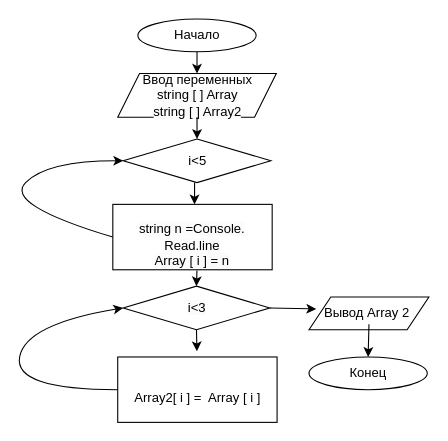
Before: Block_Scheme.drawio in Katrine-GitH/FinalBaseProject, a draw.io diagram. Source tidied: cells renumbered, new cells numbered last; positions are measured from the earlier drawing's top-left corner, leaving out a move shared by most shapes. Both pictures are drawn from the tidied source at 109%, with x=0, y=0 at pixel (3, 19).
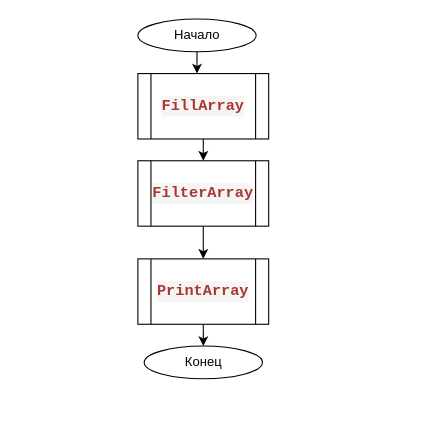
Above is the later version.

The change refers to these unchanged cells:
```xml
<mxCell id="2" value="Начало" style="ellipse;whiteSpace=wrap;html=1;strokeWidth=1;perimeterSpacing=0;" parent="1" vertex="1">
  <mxGeometry x="123" width="108.5" height="30" as="geometry" />
</mxCell>
```

Change to the diagram source:
```diff
@@
-    <mxCell id="3" value="i&amp;lt;5" style="rhombus;whiteSpace=wrap;html=1;" parent="1" vertex="1">
-      <mxGeometry x="109.5" y="110" width="135.5" height="40" as="geometry" />
-    </mxCell>
-    <mxCell id="4" style="curved=1;endArrow=classic;html=1;exitX=0;exitY=0.5;exitDx=0;exitDy=0;entryX=0;entryY=0.5;entryDx=0;entryDy=0;" parent="1" edge="1" source="10" target="3">
-      <mxGeometry relative="1" as="geometry">
-        <Array as="points">
-          <mxPoint y="170" />
-          <mxPoint x="40" y="130" />
-        </Array>
-      </mxGeometry>
-    </mxCell>
-    <mxCell id="5" value="&lt;span style=&quot;color: rgb(0, 0, 0); font-family: Helvetica; font-size: 12px; font-style: normal; font-variant-ligatures: normal; font-variant-caps: normal; font-weight: 400; letter-spacing: normal; orphans: 2; text-align: center; text-indent: 0px; text-transform: none; widows: 2; word-spacing: 0px; -webkit-text-stroke-width: 0px; background-color: rgb(251, 251, 251); text-decoration-thickness: initial; text-decoration-style: initial; text-decoration-color: initial; float: none; display: inline !important;&quot;&gt;i&amp;lt;3&lt;/span&gt;" style="rhombus;whiteSpace=wrap;html=1;strokeWidth=1;" parent="1" vertex="1">
-      <mxGeometry x="109.5" y="245" width="134.5" height="40" as="geometry" />
-    </mxCell>
-    <mxCell id="6" style="curved=1;endArrow=classic;html=1;exitX=0;exitY=0.5;exitDx=0;exitDy=0;entryX=0;entryY=0.5;entryDx=0;entryDy=0;" parent="1" edge="1" source="11" target="5">
-      <mxGeometry relative="1" as="geometry">
-        <Array as="points">
-          <mxPoint x="9" y="340" />
-          <mxPoint x="20" y="280" />
-        </Array>
-      </mxGeometry>
-    </mxCell>
-    <mxCell id="7" value="Ввод переменных&lt;br&gt;&lt;span style=&quot;color: rgb(0, 0, 0); font-family: Helvetica; font-size: 12px; font-style: normal; font-variant-ligatures: normal; font-variant-caps: normal; font-weight: 400; letter-spacing: normal; orphans: 2; text-align: center; text-indent: 0px; text-transform: none; widows: 2; word-spacing: 0px; -webkit-text-stroke-width: 0px; background-color: rgb(251, 251, 251); text-decoration-thickness: initial; text-decoration-style: initial; text-decoration-color: initial; float: none; display: inline !important;&quot;&gt;string [ ] Array&lt;/span&gt;&lt;br style=&quot;border-color: var(--border-color); color: rgb(0, 0, 0); font-family: Helvetica; font-size: 12px; font-style: normal; font-variant-ligatures: normal; font-variant-caps: normal; font-weight: 400; letter-spacing: normal; orphans: 2; text-align: center; text-indent: 0px; text-transform: none; widows: 2; word-spacing: 0px; -webkit-text-stroke-width: 0px; background-color: rgb(251, 251, 251); text-decoration-thickness: initial; text-decoration-style: initial; text-decoration-color: initial;&quot;&gt;&lt;span style=&quot;color: rgb(0, 0, 0); font-family: Helvetica; font-size: 12px; font-style: normal; font-variant-ligatures: normal; font-variant-caps: normal; font-weight: 400; letter-spacing: normal; orphans: 2; text-align: center; text-indent: 0px; text-transform: none; widows: 2; word-spacing: 0px; -webkit-text-stroke-width: 0px; background-color: rgb(251, 251, 251); text-decoration-thickness: initial; text-decoration-style: initial; text-decoration-color: initial; float: none; display: inline !important;&quot;&gt;string [ ] Array2&lt;/span&gt;" style="shape=parallelogram;perimeter=parallelogramPerimeter;whiteSpace=wrap;html=1;fixedSize=1;strokeWidth=1;" parent="1" vertex="1">
-      <mxGeometry x="104.5" y="50" width="145.5" height="40" as="geometry" />
-    </mxCell>
-    <mxCell id="8" value="Конец" style="ellipse;whiteSpace=wrap;html=1;strokeWidth=1;perimeterSpacing=0;" parent="1" vertex="1">
-      <mxGeometry x="280" y="310" width="108.5" height="30" as="geometry" />
+    <mxCell id="8" value="Конец" style="ellipse;whiteSpace=wrap;html=1;strokeWidth=1;perimeterSpacing=0;rotation=0;" parent="1" vertex="1">
+      <mxGeometry x="128.8" y="300" width="108.5" height="30" as="geometry" />
     </mxCell>
-    <mxCell id="9" value="Вывод Array 2&amp;nbsp;" style="shape=parallelogram;perimeter=parallelogramPerimeter;whiteSpace=wrap;html=1;fixedSize=1;strokeWidth=1;" parent="1" vertex="1">
-      <mxGeometry x="280" y="255" width="110" height="30" as="geometry" />
-    </mxCell>
-    <mxCell id="10" value="&lt;br&gt;&lt;span style=&quot;color: rgb(0, 0, 0); font-family: Helvetica; font-size: 12px; font-style: normal; font-variant-ligatures: normal; font-variant-caps: normal; font-weight: 400; letter-spacing: normal; orphans: 2; text-align: center; text-indent: 0px; text-transform: none; widows: 2; word-spacing: 0px; -webkit-text-stroke-width: 0px; background-color: rgb(251, 251, 251); text-decoration-thickness: initial; text-decoration-style: initial; text-decoration-color: initial; float: none; display: inline !important;&quot;&gt;string n =Console. Read.line&lt;/span&gt;&lt;br style=&quot;border-color: var(--border-color); color: rgb(0, 0, 0); font-family: Helvetica; font-size: 12px; font-style: normal; font-variant-ligatures: normal; font-variant-caps: normal; font-weight: 400; letter-spacing: normal; orphans: 2; text-align: center; text-indent: 0px; text-transform: none; widows: 2; word-spacing: 0px; -webkit-text-stroke-width: 0px; background-color: rgb(251, 251, 251); text-decoration-thickness: initial; text-decoration-style: initial; text-decoration-color: initial;&quot;&gt;&lt;span style=&quot;color: rgb(0, 0, 0); font-family: Helvetica; font-size: 12px; font-style: normal; font-variant-ligatures: normal; font-variant-caps: normal; font-weight: 400; letter-spacing: normal; orphans: 2; text-align: center; text-indent: 0px; text-transform: none; widows: 2; word-spacing: 0px; -webkit-text-stroke-width: 0px; background-color: rgb(251, 251, 251); text-decoration-thickness: initial; text-decoration-style: initial; text-decoration-color: initial; float: none; display: inline !important;&quot;&gt;Array [ i ] = n&lt;/span&gt;&lt;br&gt;" style="rounded=0;whiteSpace=wrap;html=1;strokeWidth=1;" parent="1" vertex="1">
-      <mxGeometry x="100" y="170" width="146.2" height="60" as="geometry" />
-    </mxCell>
-    <mxCell id="11" value="&lt;br&gt;Array2[ i ] =&amp;nbsp; Array [ i ]" style="rounded=0;whiteSpace=wrap;html=1;strokeWidth=1;" parent="1" vertex="1">
-      <mxGeometry x="104.5" y="310" width="146.2" height="60" as="geometry" />
-    </mxCell>
-    <mxCell id="12" style="endArrow=classic;html=1;exitX=0.5;exitY=1;exitDx=0;exitDy=0;entryX=0.5;entryY=0;entryDx=0;entryDy=0;" parent="1" edge="1" source="2" target="7">
-      <mxGeometry relative="1" as="geometry" />
+    <mxCell id="12" style="endArrow=classic;html=1;exitX=0.5;exitY=1;exitDx=0;exitDy=0;entryX=0.5;entryY=0;entryDx=0;entryDy=0;" parent="1" edge="1" source="2">
+      <mxGeometry relative="1" as="geometry">
+        <mxPoint x="177.2" y="50" as="targetPoint" />
+      </mxGeometry>
     </mxCell>
-    <mxCell id="13" style="endArrow=classic;html=1;exitX=0.5;exitY=1;exitDx=0;exitDy=0;entryX=0.5;entryY=0;entryDx=0;entryDy=0;" parent="1" edge="1" source="7" target="3">
-      <mxGeometry relative="1" as="geometry" />
-    </mxCell>
-    <mxCell id="14" style="endArrow=classic;html=1;entryX=0.5;entryY=0;entryDx=0;entryDy=0;exitX=0.528;exitY=1.01;exitDx=0;exitDy=0;exitPerimeter=0;" parent="1" edge="1" source="10" target="5">
+    <mxCell id="14" style="endArrow=classic;html=1;entryX=0.5;entryY=0;entryDx=0;entryDy=0;exitX=0.5;exitY=1;exitDx=0;exitDy=0;" parent="1" edge="1" source="20" target="21">
       <mxGeometry relative="1" as="geometry" />
     </mxCell>
-    <mxCell id="15" style="endArrow=classic;html=1;" parent="1" edge="1">
-      <mxGeometry relative="1" as="geometry">
-        <mxPoint x="175" y="150" as="sourcePoint" />
-        <mxPoint x="175" y="170" as="targetPoint" />
-      </mxGeometry>
+    <mxCell id="15" style="endArrow=classic;html=1;exitX=0.5;exitY=1;exitDx=0;exitDy=0;entryX=0.5;entryY=0;entryDx=0;entryDy=0;" parent="1" edge="1" source="19" target="20">
+      <mxGeometry relative="1" as="geometry" />
     </mxCell>
-    <mxCell id="16" style="endArrow=classic;html=1;exitX=0.5;exitY=1;exitDx=0;exitDy=0;entryX=0.497;entryY=-0.089;entryDx=0;entryDy=0;entryPerimeter=0;" parent="1" edge="1" source="5" target="11">
-      <mxGeometry relative="1" as="geometry" />
-    </mxCell>
-    <mxCell id="17" style="endArrow=classic;html=1;exitX=1;exitY=0.5;exitDx=0;exitDy=0;entryX=0.06;entryY=0.366;entryDx=0;entryDy=0;entryPerimeter=0;" parent="1" edge="1" source="5" target="9">
-      <mxGeometry relative="1" as="geometry" />
-    </mxCell>
-    <mxCell id="18" style="endArrow=classic;html=1;entryX=0.5;entryY=0;entryDx=0;entryDy=0;" parent="1" edge="1" target="8">
-      <mxGeometry relative="1" as="geometry">
-        <mxPoint x="335" y="280" as="sourcePoint" />
-      </mxGeometry>
+    <mxCell id="18" style="endArrow=classic;html=1;entryX=0.5;entryY=0;entryDx=0;entryDy=0;exitX=0.5;exitY=1;exitDx=0;exitDy=0;" parent="1" edge="1" source="21" target="8">
+      <mxGeometry relative="1" as="geometry" />
     </mxCell>
+    <mxCell id="19" value="&lt;div style=&quot;color: rgb(51, 51, 51); background-color: rgb(245, 245, 245); font-family: Consolas, &amp;quot;Courier New&amp;quot;, monospace; font-size: 14px; line-height: 19px;&quot;&gt;&lt;span style=&quot;color: #aa3731;font-weight: bold;&quot;&gt;FillArray&lt;/span&gt;&lt;/div&gt;" style="shape=process;whiteSpace=wrap;html=1;backgroundOutline=1;" parent="1" vertex="1">
+      <mxGeometry x="123" y="50" width="120" height="60" as="geometry" />
+    </mxCell>
+    <mxCell id="20" value="&lt;div style=&quot;color: rgb(51, 51, 51); background-color: rgb(245, 245, 245); font-family: Consolas, &amp;quot;Courier New&amp;quot;, monospace; font-size: 14px; line-height: 19px;&quot;&gt;&lt;span style=&quot;color: #aa3731;font-weight: bold;&quot;&gt;FilterArray&lt;/span&gt;&lt;/div&gt;" style="shape=process;whiteSpace=wrap;html=1;backgroundOutline=1;" parent="1" vertex="1">
+      <mxGeometry x="123" y="130" width="120" height="60" as="geometry" />
+    </mxCell>
+    <mxCell id="21" value="&lt;div style=&quot;color: rgb(51, 51, 51); background-color: rgb(245, 245, 245); font-family: Consolas, &amp;quot;Courier New&amp;quot;, monospace; font-size: 14px; line-height: 19px;&quot;&gt;&lt;span style=&quot;color: #aa3731;font-weight: bold;&quot;&gt;PrintArray&lt;/span&gt;&lt;/div&gt;" style="shape=process;whiteSpace=wrap;html=1;backgroundOutline=1;" parent="1" vertex="1">
+      <mxGeometry x="123" y="220" width="120" height="60" as="geometry" />
+    </mxCell>
```
